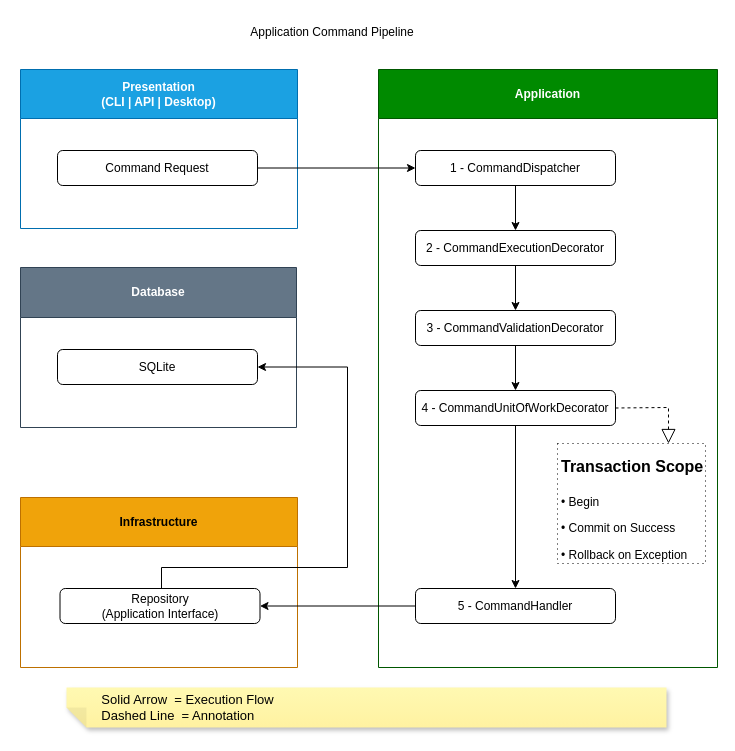
This is docs/application/application-command-pipeline.drawio from sergio-lopes-developer/whoami, a draw.io file, before an edit. Source tidied: cells renumbered, new cells numbered last; positions are measured from the earlier drawing's top-left corner, leaving out a move shared by most shapes. Both pictures are drawn from the tidied source at 100%, with x=0, y=0 at pixel (20, 17).
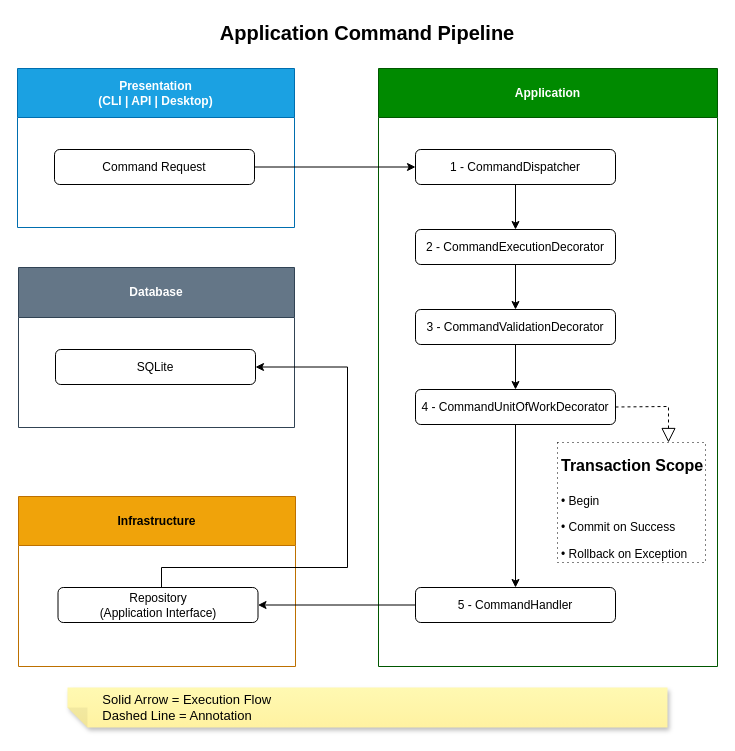
The same page after the edit.

Commit message (it also covers changes not shown here):
docs: fix diagram colors for GitHub dark mode

Diff of the diagram source:
```diff
@@
-    <mxCell id="2" value="Presentation&#10;(CLI | API | Desktop)" style="swimlane;whiteSpace=wrap;html=1;startSize=49;fillColor=#1ba1e2;strokeColor=#006EAF;fontColor=#ffffff;swimlaneFillColor=none;gradientColor=none;" parent="1" vertex="1">
-      <mxGeometry y="52" width="277" height="159" as="geometry" />
+    <mxCell id="2" value="Presentation&#10;(CLI | API | Desktop)" style="swimlane;whiteSpace=wrap;html=1;startSize=49;fillColor=#1ba1e2;strokeColor=#006EAF;fontColor=#ffffff;swimlaneFillColor=default;gradientColor=none;" parent="1" vertex="1">
+      <mxGeometry x="-3" y="51" width="277" height="159" as="geometry" />
     </mxCell>
@@
-    <mxCell id="4" value="&lt;div&gt;Application&lt;/div&gt;" style="swimlane;whiteSpace=wrap;html=1;startSize=49;fillColor=#008a00;strokeColor=#005700;fontColor=#ffffff;swimlaneFillColor=none;gradientColor=none;" parent="1" vertex="1">
-      <mxGeometry x="358" y="52" width="339" height="598" as="geometry" />
+    <mxCell id="4" value="&lt;div&gt;Application&lt;/div&gt;" style="swimlane;whiteSpace=wrap;html=1;startSize=49;fillColor=#008a00;strokeColor=#005700;fontColor=#ffffff;swimlaneFillColor=default;gradientColor=none;" parent="1" vertex="1">
+      <mxGeometry x="358" y="51" width="339" height="598" as="geometry" />
     </mxCell>
@@
-    <mxCell id="16" value="&lt;div&gt;Infrastructure&lt;/div&gt;" style="swimlane;whiteSpace=wrap;html=1;startSize=49;fillColor=#f0a30a;strokeColor=#BD7000;fontColor=#000000;swimlaneFillColor=none;" parent="1" vertex="1">
-      <mxGeometry y="480" width="277" height="170" as="geometry" />
+    <mxCell id="16" value="&lt;div&gt;Infrastructure&lt;/div&gt;" style="swimlane;whiteSpace=wrap;html=1;startSize=49;fillColor=#f0a30a;strokeColor=#BD7000;fontColor=#000000;swimlaneFillColor=default;" parent="1" vertex="1">
+      <mxGeometry x="-2" y="479" width="277" height="170" as="geometry" />
     </mxCell>
@@
-    <mxCell id="20" value="Application Command Pipeline" style="text;html=1;whiteSpace=wrap;strokeColor=none;fillColor=none;align=center;verticalAlign=middle;rounded=0;gradientColor=none;" parent="1" vertex="1">
-      <mxGeometry x="196" width="232" height="30" as="geometry" />
+    <mxCell id="20" value="Application Command Pipeline" style="text;html=1;whiteSpace=wrap;strokeColor=none;fillColor=none;align=center;verticalAlign=middle;rounded=0;gradientColor=none;fontSize=20;fontStyle=1;" parent="1" vertex="1">
+      <mxGeometry x="-3" width="700" height="30" as="geometry" />
     </mxCell>
-    <mxCell id="21" value="Database" style="swimlane;whiteSpace=wrap;html=1;fillColor=#647687;strokeColor=#314354;startSize=50;fontColor=#ffffff;swimlaneFillColor=none;gradientColor=none;" parent="1" vertex="1">
-      <mxGeometry y="250" width="276" height="160" as="geometry" />
+    <mxCell id="21" value="Database" style="swimlane;whiteSpace=wrap;html=1;fillColor=#647687;strokeColor=#314354;startSize=50;fontColor=#ffffff;swimlaneFillColor=default;gradientColor=none;" parent="1" vertex="1">
+      <mxGeometry x="-2" y="250" width="276" height="160" as="geometry" />
     </mxCell>
@@
-    <mxCell id="24" value="&lt;div style=&quot;&quot;&gt;&lt;span style=&quot;color: rgb(255, 255, 255); font-size: 12px; background-color: transparent;&quot;&gt;&amp;nbsp; &amp;nbsp; &amp;nbsp; &amp;nbsp; &amp;nbsp;&lt;/span&gt;&lt;span style=&quot;color: rgb(255, 255, 255); font-size: 12px; background-color: transparent;&quot;&gt;&amp;nbsp;&lt;/span&gt;&lt;span style=&quot;background-color: transparent; color: light-dark(rgb(0, 0, 0), rgb(237, 237, 237));&quot;&gt;Solid Arrow&amp;nbsp; = Execution Flow&lt;/span&gt;&lt;/div&gt;&lt;div style=&quot;&quot;&gt;&lt;span style=&quot;color: rgb(255, 255, 255); font-size: 12px; background-color: transparent;&quot;&gt;&amp;nbsp; &amp;nbsp; &amp;nbsp; &amp;nbsp; &amp;nbsp;&lt;/span&gt;&lt;span style=&quot;color: rgb(255, 255, 255); font-size: 12px; background-color: transparent;&quot;&gt;&amp;nbsp;&lt;/span&gt;&lt;span style=&quot;background-color: transparent; color: light-dark(rgb(0, 0, 0), rgb(237, 237, 237));&quot;&gt;Dashed Line&amp;nbsp; = Annotation&lt;/span&gt;&lt;/div&gt;" style="shape=note;whiteSpace=wrap;html=1;backgroundOutline=1;autosizeText=1;fontColor=#000000;darkOpacity=0.05;fillColor=#FFF9B2;strokeColor=none;fillStyle=solid;fontSize=13;direction=west;gradientDirection=north;gradientColor=#FFF2A1;shadow=1;size=20;align=left;" parent="1" vertex="1">
-      <mxGeometry x="46" y="670" width="600" height="40" as="geometry" />
+    <mxCell id="24" value="&lt;div style=&quot;&quot;&gt;&lt;span style=&quot;color: rgb(255, 255, 255); font-size: 12px; background-color: transparent;&quot;&gt;&amp;nbsp; &amp;nbsp; &amp;nbsp; &amp;nbsp; &amp;nbsp;&lt;/span&gt;&lt;span style=&quot;color: rgb(255, 255, 255); font-size: 12px; background-color: transparent;&quot;&gt;&amp;nbsp;&lt;/span&gt;&lt;span style=&quot;background-color: transparent; color: light-dark(rgb(0, 0, 0), rgb(237, 237, 237));&quot;&gt;Solid Arrow = Execution Flow&lt;/span&gt;&lt;/div&gt;&lt;div style=&quot;&quot;&gt;&lt;span style=&quot;color: rgb(255, 255, 255); font-size: 12px; background-color: transparent;&quot;&gt;&amp;nbsp; &amp;nbsp; &amp;nbsp; &amp;nbsp; &amp;nbsp;&lt;/span&gt;&lt;span style=&quot;color: rgb(255, 255, 255); font-size: 12px; background-color: transparent;&quot;&gt;&amp;nbsp;&lt;/span&gt;&lt;span style=&quot;background-color: transparent; color: light-dark(rgb(0, 0, 0), rgb(237, 237, 237));&quot;&gt;Dashed Line = Annotation&lt;/span&gt;&lt;/div&gt;" style="shape=note;whiteSpace=wrap;html=1;backgroundOutline=1;autosizeText=1;fontColor=#000000;darkOpacity=0.05;fillColor=#FFF9B2;strokeColor=none;fillStyle=solid;fontSize=13;direction=west;gradientDirection=north;gradientColor=#FFF2A1;shadow=1;size=20;align=left;" parent="1" vertex="1">
+      <mxGeometry x="47" y="670" width="600" height="40" as="geometry" />
     </mxCell>
```
